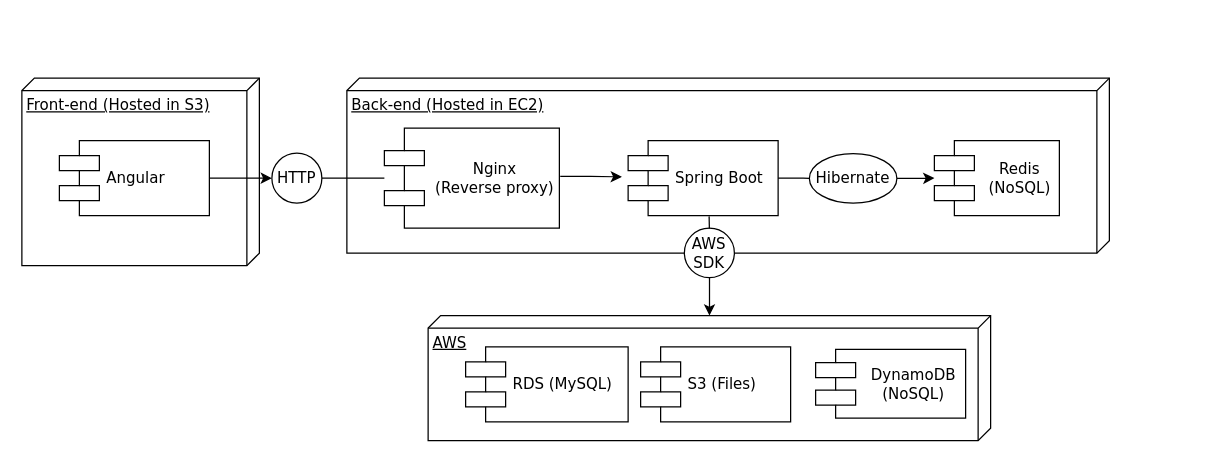
This is Untitled Diagram.drawio from 0xSilverest/latexLayouts, a draw.io file, before an edit. Source tidied: cells renumbered, new cells numbered last; positions are measured from the earlier drawing's top-left corner, leaving out a move shared by most shapes. Both pictures are drawn from the tidied source at 125%, with x=0, y=0 at pixel (21, 78).
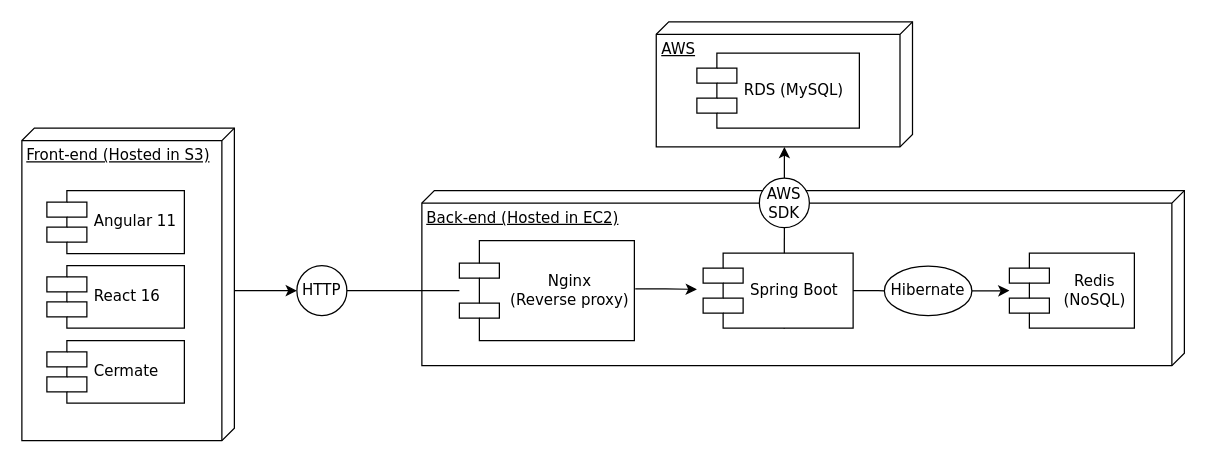
Above is the later version.

Change to the diagram source:
```diff
@@
     <mxCell id="2" value="Back-end (Hosted in EC2)" style="verticalAlign=top;align=left;spacingTop=8;spacingLeft=2;spacingRight=12;shape=cube;size=10;direction=south;fontStyle=4;html=1;rounded=0;shadow=0;comic=0;labelBackgroundColor=none;strokeWidth=1;fontFamily=Verdana;fontSize=12;" parent="1" vertex="1">
-      <mxGeometry x="260" width="610" height="140" as="geometry" />
+      <mxGeometry x="320" y="90" width="610" height="140" as="geometry" />
     </mxCell>
+    <mxCell id="22" style="edgeStyle=orthogonalEdgeStyle;rounded=0;jettySize=auto;html=1;exitX=0;exitY=0;exitDx=165;exitDy=0;exitPerimeter=0;" parent="1" edge="1" source="3">
+      <mxGeometry relative="1" as="geometry">
+        <mxPoint x="220" y="170" as="targetPoint" />
+        <Array as="points">
+          <mxPoint x="170" y="170" />
+        </Array>
+      </mxGeometry>
+    </mxCell>
     <mxCell id="3" value="Front-end (Hosted in S3)" style="verticalAlign=top;align=left;spacingTop=8;spacingLeft=2;spacingRight=12;shape=cube;size=10;direction=south;fontStyle=4;html=1;rounded=0;shadow=0;comic=0;labelBackgroundColor=none;strokeWidth=1;fontFamily=Verdana;fontSize=12;" parent="1" vertex="1">
-      <mxGeometry width="190" height="150" as="geometry" />
+      <mxGeometry y="40" width="170" height="250" as="geometry" />
     </mxCell>
-    <mxCell id="4" style="edgeStyle=orthogonalEdgeStyle;rounded=0;jettySize=auto;html=1;exitX=1;exitY=0.5;exitDx=0;exitDy=0;entryX=0;entryY=0.5;entryDx=0;entryDy=0;" parent="1" edge="1" source="5" target="8">
-      <mxGeometry relative="1" as="geometry" />
-    </mxCell>
-    <mxCell id="5" value="Angular" style="shape=component;align=left;spacingLeft=36;rounded=0;shadow=0;comic=0;labelBackgroundColor=none;strokeWidth=1;fontFamily=Verdana;fontSize=12;html=1;" parent="1" vertex="1">
-      <mxGeometry x="30" y="50" width="120" height="60" as="geometry" />
+    <mxCell id="5" value="Angular 11" style="shape=component;align=left;spacingLeft=36;rounded=0;shadow=0;comic=0;labelBackgroundColor=none;strokeWidth=1;fontFamily=Verdana;fontSize=12;html=1;" parent="1" vertex="1">
+      <mxGeometry x="20" y="90" width="110" height="50.4" as="geometry" />
     </mxCell>
@@
-    <mxCell id="7" style="edgeStyle=orthogonalEdgeStyle;rounded=0;jettySize=auto;html=1;exitX=0.5;exitY=1;exitDx=0;exitDy=0;entryX=-0.002;entryY=0.636;entryDx=0;entryDy=0;entryPerimeter=0;" parent="1" edge="1" source="14">
-      <mxGeometry relative="1" as="geometry">
-        <mxPoint x="550.1" y="190" as="targetPoint" />
-        <Array as="points">
-          <mxPoint x="550" y="190.4" />
-        </Array>
-      </mxGeometry>
-    </mxCell>
     <mxCell id="8" value="HTTP" style="ellipse;whiteSpace=wrap;html=1;rounded=0;shadow=0;comic=0;labelBackgroundColor=none;strokeWidth=1;fontFamily=Verdana;fontSize=12;align=center;" parent="1" vertex="1">
-      <mxGeometry x="200" y="60" width="40" height="40" as="geometry" />
+      <mxGeometry x="220" y="150" width="40" height="40" as="geometry" />
     </mxCell>
     <mxCell id="9" style="edgeStyle=elbowEdgeStyle;rounded=0;html=1;labelBackgroundColor=none;startArrow=none;startFill=0;startSize=8;endArrow=none;endFill=0;endSize=16;fontFamily=Verdana;fontSize=12;exitX=1;exitY=0.5;exitDx=0;exitDy=0;" parent="1" edge="1" source="8">
       <mxGeometry relative="1" as="geometry">
-        <mxPoint x="290" y="80" as="targetPoint" />
+        <mxPoint x="350" y="170" as="targetPoint" />
       </mxGeometry>
     </mxCell>
     <mxCell id="10" value="AWS" style="verticalAlign=top;align=left;spacingTop=8;spacingLeft=2;spacingRight=12;shape=cube;size=10;direction=south;fontStyle=4;html=1;rounded=0;shadow=0;comic=0;labelBackgroundColor=none;strokeWidth=1;fontFamily=Verdana;fontSize=12;" parent="1" vertex="1">
-      <mxGeometry x="325" y="190" width="450" height="100" as="geometry" />
+      <mxGeometry x="507.5" y="-45" width="205" height="100" as="geometry" />
     </mxCell>
-    <mxCell id="11" value="DynamoDB &lt;br&gt;(NoSQL)" style="shape=component;align=center;spacingLeft=36;rounded=0;shadow=0;comic=0;labelBackgroundColor=none;strokeWidth=1;fontFamily=Verdana;fontSize=12;html=1;" parent="1" vertex="1">
-      <mxGeometry x="635" y="217" width="120" height="55" as="geometry" />
-    </mxCell>
-    <mxCell id="12" value="S3 (Files)" style="shape=component;align=left;spacingLeft=36;rounded=0;shadow=0;comic=0;labelBackgroundColor=none;strokeWidth=1;fontFamily=Verdana;fontSize=12;html=1;" parent="1" vertex="1">
-      <mxGeometry x="495" y="215" width="120" height="60" as="geometry" />
-    </mxCell>
     <mxCell id="13" value="RDS (MySQL)" style="shape=component;align=left;spacingLeft=36;rounded=0;shadow=0;comic=0;labelBackgroundColor=none;strokeWidth=1;fontFamily=Verdana;fontSize=12;html=1;" parent="1" vertex="1">
-      <mxGeometry x="355" y="215" width="130" height="60" as="geometry" />
+      <mxGeometry x="540" y="-20" width="130" height="60" as="geometry" />
     </mxCell>
+    <mxCell id="23" style="edgeStyle=orthogonalEdgeStyle;rounded=0;jettySize=auto;html=1;exitX=0.5;exitY=0;exitDx=0;exitDy=0;" parent="1" edge="1" source="14" target="10">
+      <mxGeometry relative="1" as="geometry" />
+    </mxCell>
     <mxCell id="14" value="AWS SDK" style="ellipse;whiteSpace=wrap;html=1;rounded=0;shadow=0;comic=0;labelBackgroundColor=none;strokeWidth=1;fontFamily=Verdana;fontSize=12;align=center;" parent="1" vertex="1">
-      <mxGeometry x="530" y="120" width="40" height="39.6" as="geometry" />
+      <mxGeometry x="590" y="80" width="40" height="39.6" as="geometry" />
     </mxCell>
-    <mxCell id="15" style="edgeStyle=elbowEdgeStyle;rounded=0;html=1;labelBackgroundColor=none;startArrow=none;startFill=0;startSize=8;endArrow=none;endFill=0;endSize=16;fontFamily=Verdana;fontSize=12;exitX=0.582;exitY=1.02;exitDx=0;exitDy=0;exitPerimeter=0;" parent="1" edge="1">
+    <mxCell id="15" style="edgeStyle=elbowEdgeStyle;rounded=0;html=1;labelBackgroundColor=none;startArrow=none;startFill=0;startSize=8;endArrow=none;endFill=0;endSize=16;fontFamily=Verdana;fontSize=12;exitX=0.582;exitY=1.02;exitDx=0;exitDy=0;exitPerimeter=0;" parent="1" edge="1" target="14">
       <mxGeometry relative="1" as="geometry">
-        <mxPoint x="549.8" y="110.6" as="sourcePoint" />
-        <mxPoint x="550" y="120.4" as="targetPoint" />
+        <mxPoint x="609.8" y="200.6" as="sourcePoint" />
+        <Array as="points">
+          <mxPoint x="610" y="120" />
+        </Array>
       </mxGeometry>
     </mxCell>
     <mxCell id="16" value="&lt;div&gt;&lt;span&gt;Redis&lt;/span&gt;&lt;/div&gt;&lt;div&gt;&lt;span&gt;(NoSQL)&lt;/span&gt;&lt;/div&gt;" style="shape=component;align=center;spacingLeft=36;rounded=0;shadow=0;comic=0;labelBackgroundColor=none;strokeWidth=1;fontFamily=Verdana;fontSize=12;html=1;" parent="1" vertex="1">
-      <mxGeometry x="730" y="50" width="100" height="60" as="geometry" />
+      <mxGeometry x="790" y="140" width="100" height="60" as="geometry" />
     </mxCell>
     <mxCell id="17" value="Spring Boot" style="shape=component;align=left;spacingLeft=36;rounded=0;shadow=0;comic=0;labelBackgroundColor=none;strokeWidth=1;fontFamily=Verdana;fontSize=12;html=1;" parent="1" vertex="1">
-      <mxGeometry x="485" y="50" width="120" height="60" as="geometry" />
+      <mxGeometry x="545" y="140" width="120" height="60" as="geometry" />
     </mxCell>
     <mxCell id="18" style="edgeStyle=orthogonalEdgeStyle;rounded=0;jettySize=auto;html=1;exitX=1.005;exitY=0.482;exitDx=0;exitDy=0;exitPerimeter=0;" parent="1" edge="1" source="19">
       <mxGeometry relative="1" as="geometry">
-        <mxPoint x="480" y="79" as="targetPoint" />
+        <mxPoint x="540" y="169" as="targetPoint" />
       </mxGeometry>
     </mxCell>
     <mxCell id="19" value="&lt;div&gt;&lt;span&gt;Nginx&lt;/span&gt;&lt;/div&gt;&lt;div&gt;&lt;span&gt;(Reverse proxy)&lt;/span&gt;&lt;/div&gt;" style="shape=component;align=center;spacingLeft=36;rounded=0;shadow=0;comic=0;labelBackgroundColor=none;strokeWidth=1;fontFamily=Verdana;fontSize=12;html=1;" parent="1" vertex="1">
-      <mxGeometry x="290" y="40" width="140" height="80" as="geometry" />
+      <mxGeometry x="350" y="130" width="140" height="80" as="geometry" />
     </mxCell>
     <mxCell id="20" value="Hibernate" style="ellipse;whiteSpace=wrap;html=1;rounded=0;shadow=0;comic=0;labelBackgroundColor=none;strokeWidth=1;fontFamily=Verdana;fontSize=12;align=center;" parent="1" vertex="1">
-      <mxGeometry x="630" y="60.4" width="70" height="39.6" as="geometry" />
+      <mxGeometry x="690" y="150.4" width="70" height="39.6" as="geometry" />
     </mxCell>
@@
+    <mxCell id="24" value="React 16&lt;br&gt;" style="shape=component;align=left;spacingLeft=36;rounded=0;shadow=0;comic=0;labelBackgroundColor=none;strokeWidth=1;fontFamily=Verdana;fontSize=12;html=1;" parent="1" vertex="1">
+      <mxGeometry x="20" y="150" width="110" height="50" as="geometry" />
+    </mxCell>
+    <mxCell id="25" value="Cermate&lt;br&gt;" style="shape=component;align=left;spacingLeft=36;rounded=0;shadow=0;comic=0;labelBackgroundColor=none;strokeWidth=1;fontFamily=Verdana;fontSize=12;html=1;" parent="1" vertex="1">
+      <mxGeometry x="20" y="210" width="110" height="50" as="geometry" />
+    </mxCell>
```
